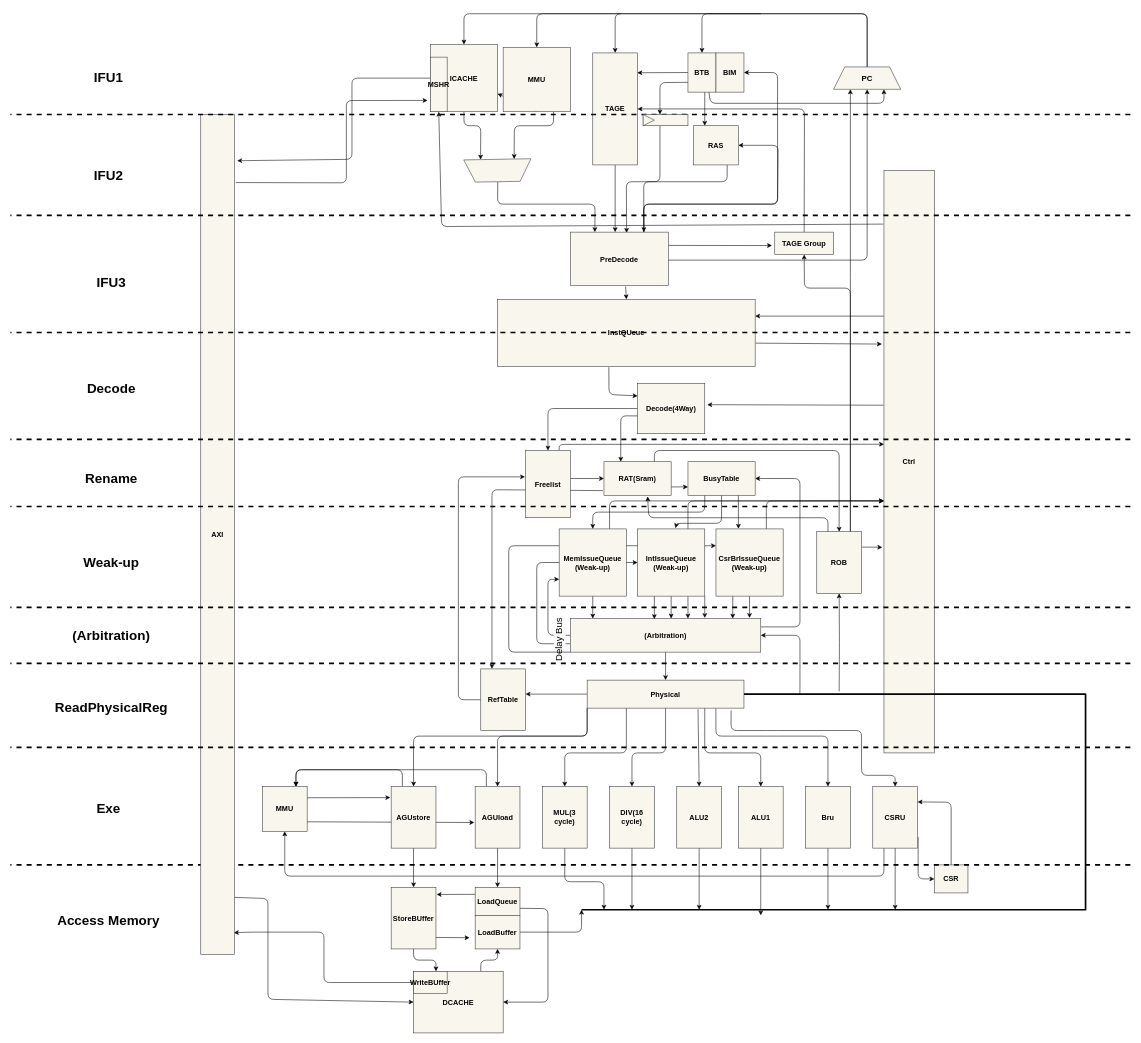
The draw.io diagram doc/picture/Arch.dio in xunqianxun/LongArch-liguoqi-CPU, before the edit. Source tidied: cells renumbered, new cells numbered last; positions are measured from the earlier drawing's top-left corner, leaving out a move shared by most shapes. Both pictures are drawn from the tidied source at 56%, with x=0, y=0 at pixel (10, 13).
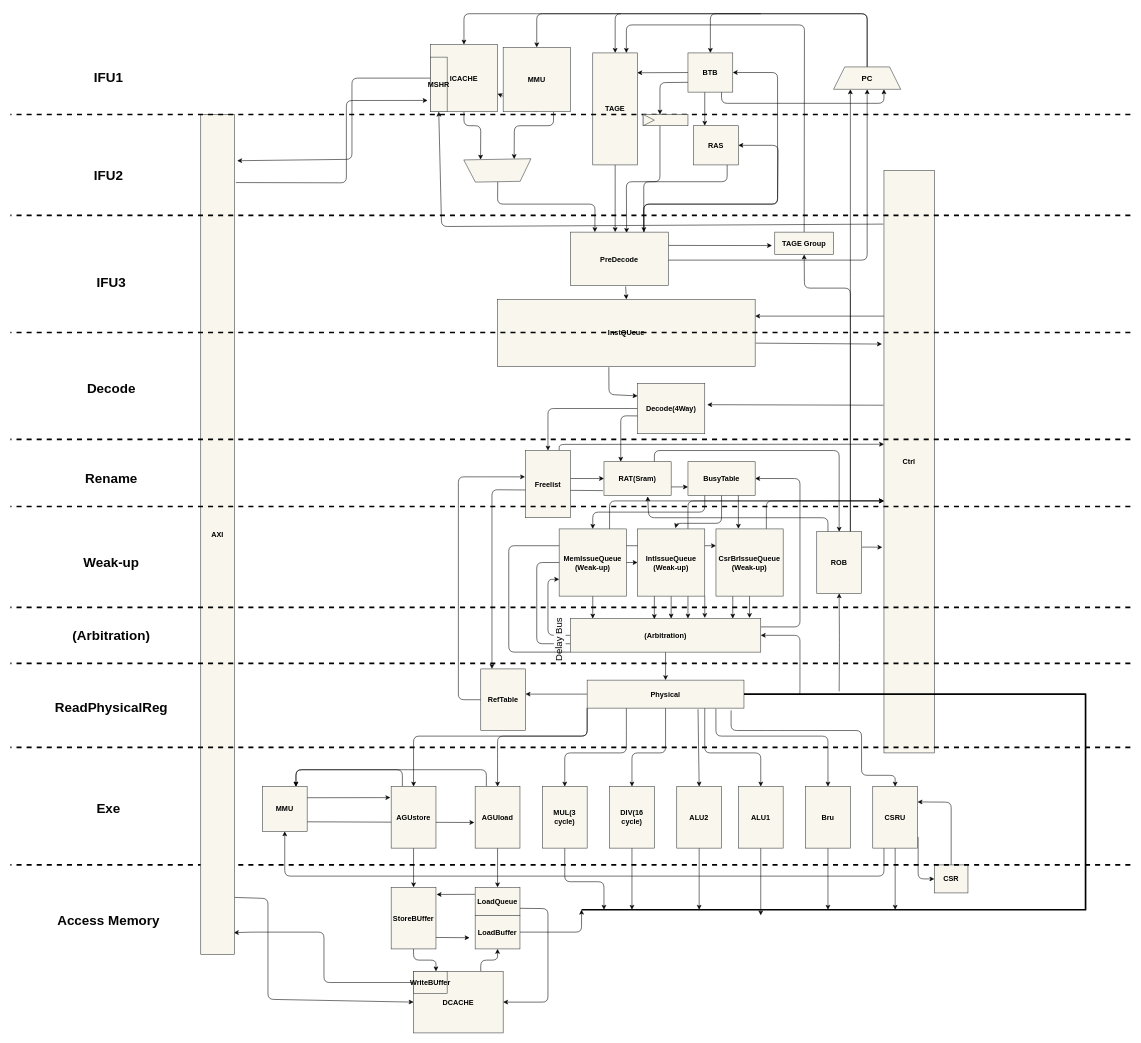
After the change.

The change refers to these unchanged cells:
```xml
<mxCell id="15" value="&lt;b&gt;&lt;font color=&quot;#000000&quot; style=&quot;font-size: 13px;&quot;&gt;TAGE&lt;/font&gt;&lt;/b&gt;" style="whiteSpace=wrap;html=1;fillColor=#f9f7ed;strokeColor=#36393d;" parent="1" vertex="1">
  <mxGeometry x="1040" y="70" width="80" height="200" as="geometry" />
</mxCell>
<mxCell id="141" value="&lt;font color=&quot;#000000&quot; style=&quot;font-size: 14px;&quot;&gt;&lt;b&gt;PC&lt;/b&gt;&lt;/font&gt;" style="shape=trapezoid;perimeter=trapezoidPerimeter;whiteSpace=wrap;html=1;fixedSize=1;fillColor=#f9f7ed;strokeColor=#36393d;" parent="1" vertex="1">
  <mxGeometry x="1470" y="95" width="120" height="40" as="geometry" />
</mxCell>
<mxCell id="151" value="&lt;b&gt;&lt;font color=&quot;#000000&quot; style=&quot;font-size: 13px;&quot;&gt;PreDecode&lt;/font&gt;&lt;/b&gt;" style="whiteSpace=wrap;html=1;fillColor=#f9f7ed;strokeColor=#36393d;" parent="1" vertex="1">
  <mxGeometry x="1000" y="390" width="175" height="95" as="geometry" />
</mxCell>
<mxCell id="156" value="&lt;b&gt;&lt;font color=&quot;#000000&quot; style=&quot;font-size: 13px;&quot;&gt;TAGE Group&lt;/font&gt;&lt;/b&gt;" style="whiteSpace=wrap;html=1;fillColor=#f9f7ed;strokeColor=#36393d;" parent="1" vertex="1">
  <mxGeometry x="1365" y="390" width="105" height="40" as="geometry" />
</mxCell>
```

The edit, as a diff of the source:
```diff
@@
     <mxCell id="20" style="edgeStyle=none;html=1;entryX=0.75;entryY=1;entryDx=0;entryDy=0;strokeColor=#000000;fontSize=14;fontColor=#000000;exitX=0.75;exitY=1;exitDx=0;exitDy=0;" parent="1" edge="1" source="22" target="141">
       <mxGeometry relative="1" as="geometry">
         <Array as="points">
-          <mxPoint x="1250" y="160" />
+          <mxPoint x="1270" y="160" />
           <mxPoint x="1560" y="160" />
         </Array>
       </mxGeometry>
     </mxCell>
@@
     <mxCell id="22" value="&lt;b&gt;&lt;font color=&quot;#000000&quot; style=&quot;font-size: 13px;&quot;&gt;BTB&lt;/font&gt;&lt;/b&gt;" style="whiteSpace=wrap;html=1;fillColor=#f9f7ed;strokeColor=#36393d;" parent="1" vertex="1">
-      <mxGeometry x="1210" y="70" width="50" height="70" as="geometry" />
+      <mxGeometry x="1210" y="70" width="80" height="70" as="geometry" />
     </mxCell>
     <mxCell id="23" style="edgeStyle=none;html=1;strokeColor=#030303;fontSize=13;fontColor=#000000;entryX=0.5;entryY=0;entryDx=0;entryDy=0;" parent="1" edge="1" target="22">
       <mxGeometry relative="1" as="geometry">
         <mxPoint x="1340" as="sourcePoint" />
         <Array as="points">
-          <mxPoint x="1235" />
+          <mxPoint x="1250" />
         </Array>
       </mxGeometry>
     </mxCell>
@@
-    <mxCell id="147" style="edgeStyle=none;html=1;exitX=0.75;exitY=0;exitDx=0;exitDy=0;strokeColor=#000000;fontSize=14;fontColor=#000000;entryX=1;entryY=0.5;entryDx=0;entryDy=0;" parent="1" edge="1" source="151" target="155">
+    <mxCell id="147" style="edgeStyle=none;html=1;exitX=0.75;exitY=0;exitDx=0;exitDy=0;strokeColor=#000000;fontSize=14;fontColor=#000000;entryX=1;entryY=0.5;entryDx=0;entryDy=0;" parent="1" edge="1" source="151" target="22">
       <mxGeometry relative="1" as="geometry">
         <Array as="points">
           <mxPoint x="1131" y="340" />
           <mxPoint x="1370" y="340" />
           <mxPoint x="1370" y="105" />
         </Array>
       </mxGeometry>
     </mxCell>
-    <mxCell id="148" style="edgeStyle=none;html=1;exitX=0.5;exitY=0;exitDx=0;exitDy=0;strokeColor=#000000;fontSize=14;fontColor=#000000;" parent="1" edge="1" source="156" target="15">
+    <mxCell id="148" style="edgeStyle=none;html=1;exitX=0.5;exitY=0;exitDx=0;exitDy=0;strokeColor=#000000;fontSize=14;fontColor=#000000;entryX=0.75;entryY=0;entryDx=0;entryDy=0;" parent="1" edge="1" source="156" target="15">
       <mxGeometry relative="1" as="geometry">
         <Array as="points">
-          <mxPoint x="1418" y="170" />
+          <mxPoint x="1418" y="20" />
+          <mxPoint x="1100" y="20" />
         </Array>
       </mxGeometry>
     </mxCell>
@@
-    <mxCell id="155" value="&lt;b&gt;&lt;font color=&quot;#000000&quot; style=&quot;font-size: 13px;&quot;&gt;BIM&lt;/font&gt;&lt;/b&gt;" style="whiteSpace=wrap;html=1;fillColor=#f9f7ed;strokeColor=#36393d;" parent="1" vertex="1">
-      <mxGeometry x="1260" y="70" width="50" height="70" as="geometry" />
-    </mxCell>
```
